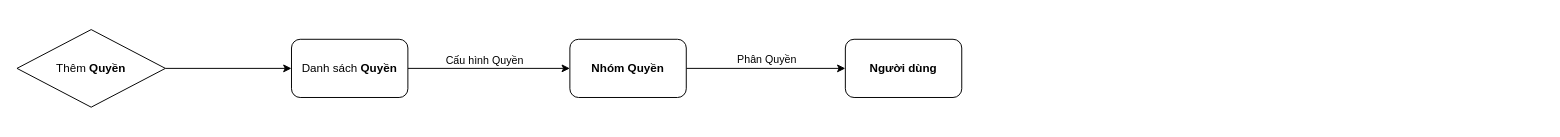
Earlier version of the draw.io diagram dynamic-category.drawio (mitgaming/drawio). Source tidied: cells renumbered, new cells numbered last; positions are measured from the earlier drawing's top-left corner, leaving out a move shared by most shapes. Both pictures are drawn from the tidied source at 97%, with x=0, y=0 at pixel (16, 29).
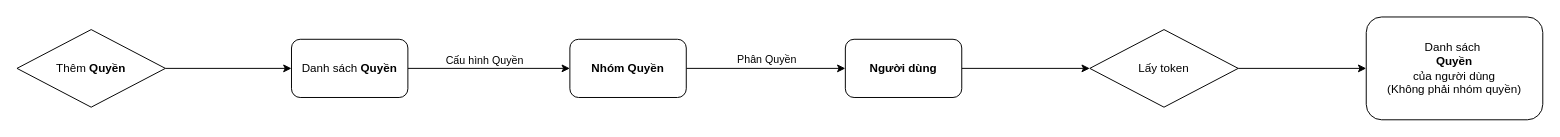
After the change.

Commit message (it also covers changes not shown here):
Cập nhật dynamic-category.drawio

Diff of the diagram source:
```diff
@@
 <mxGraphModel>
   <root>
     <mxCell id="0" />
     <mxCell id="1" parent="0" />
     <mxCell id="2" style="edgeStyle=orthogonalEdgeStyle;rounded=0;jettySize=auto;html=1;" parent="1" edge="1" source="4" target="8">
       <mxGeometry relative="1" as="geometry" />
     </mxCell>
     <mxCell id="3" value="Cấu hình Quyền" style="edgeLabel;html=1;align=center;verticalAlign=middle;" parent="2" vertex="1">
       <mxGeometry x="-0.15" relative="1" as="geometry">
         <mxPoint x="7" y="-9" as="offset" />
       </mxGeometry>
     </mxCell>
     <mxCell id="4" value="Danh sách &lt;b&gt;Quyền&lt;/b&gt;" style="rounded=1;whiteSpace=wrap;html=1;fillColor=default;" parent="1" vertex="1">
       <mxGeometry x="283" y="10" width="120" height="60" as="geometry" />
     </mxCell>
     <mxCell id="5" style="edgeStyle=orthogonalEdgeStyle;rounded=0;jettySize=auto;html=1;" parent="1" edge="1" source="6" target="4">
       <mxGeometry relative="1" as="geometry" />
     </mxCell>
     <mxCell id="6" value="Thêm&amp;nbsp;&lt;b style=&quot;border-color: var(--border-color);&quot;&gt;Quyền&lt;/b&gt;" style="rhombus;whiteSpace=wrap;html=1;" parent="1" vertex="1">
       <mxGeometry width="153" height="80" as="geometry" />
     </mxCell>
     <mxCell id="7" style="edgeStyle=orthogonalEdgeStyle;rounded=0;jettySize=auto;html=1;entryX=0;entryY=0.5;entryDx=0;entryDy=0;" parent="1" edge="1" source="8" target="9">
       <mxGeometry relative="1" as="geometry" />
     </mxCell>
     <mxCell id="8" value="&lt;b&gt;Nhóm&amp;nbsp;Quyền&lt;/b&gt;" style="rounded=1;whiteSpace=wrap;html=1;fillColor=default;" parent="1" vertex="1">
       <mxGeometry x="570" y="10" width="120" height="60" as="geometry" />
     </mxCell>
+    <mxCell id="11" style="edgeStyle=orthogonalEdgeStyle;rounded=0;jettySize=auto;html=1;" parent="1" edge="1" source="9" target="13">
+      <mxGeometry relative="1" as="geometry" />
+    </mxCell>
     <mxCell id="9" value="&lt;b&gt;Người dùng&lt;/b&gt;" style="rounded=1;whiteSpace=wrap;html=1;fillColor=default;" parent="1" vertex="1">
       <mxGeometry x="854" y="10" width="120" height="60" as="geometry" />
     </mxCell>
     <mxCell id="10" value="Phân Quyền" style="edgeLabel;html=1;align=center;verticalAlign=middle;" parent="1" vertex="1">
       <mxGeometry x="772" y="30" as="geometry" />
     </mxCell>
+    <mxCell id="12" style="edgeStyle=orthogonalEdgeStyle;rounded=0;jettySize=auto;html=1;" parent="1" edge="1" source="13" target="14">
+      <mxGeometry relative="1" as="geometry" />
+    </mxCell>
+    <mxCell id="13" value="Lấy token" style="rhombus;whiteSpace=wrap;html=1;" parent="1" vertex="1">
+      <mxGeometry x="1106" width="153" height="80" as="geometry" />
+    </mxCell>
+    <mxCell id="14" value="Danh sách&amp;nbsp;&lt;br&gt;&lt;b&gt;Quyền&lt;/b&gt;&lt;br&gt;của người dùng&lt;br&gt;(Không phải nhóm quyền)" style="rounded=1;whiteSpace=wrap;html=1;" parent="1" vertex="1">
+      <mxGeometry x="1391" y="-13" width="182" height="106" as="geometry" />
+    </mxCell>
   </root>
 </mxGraphModel>
```
